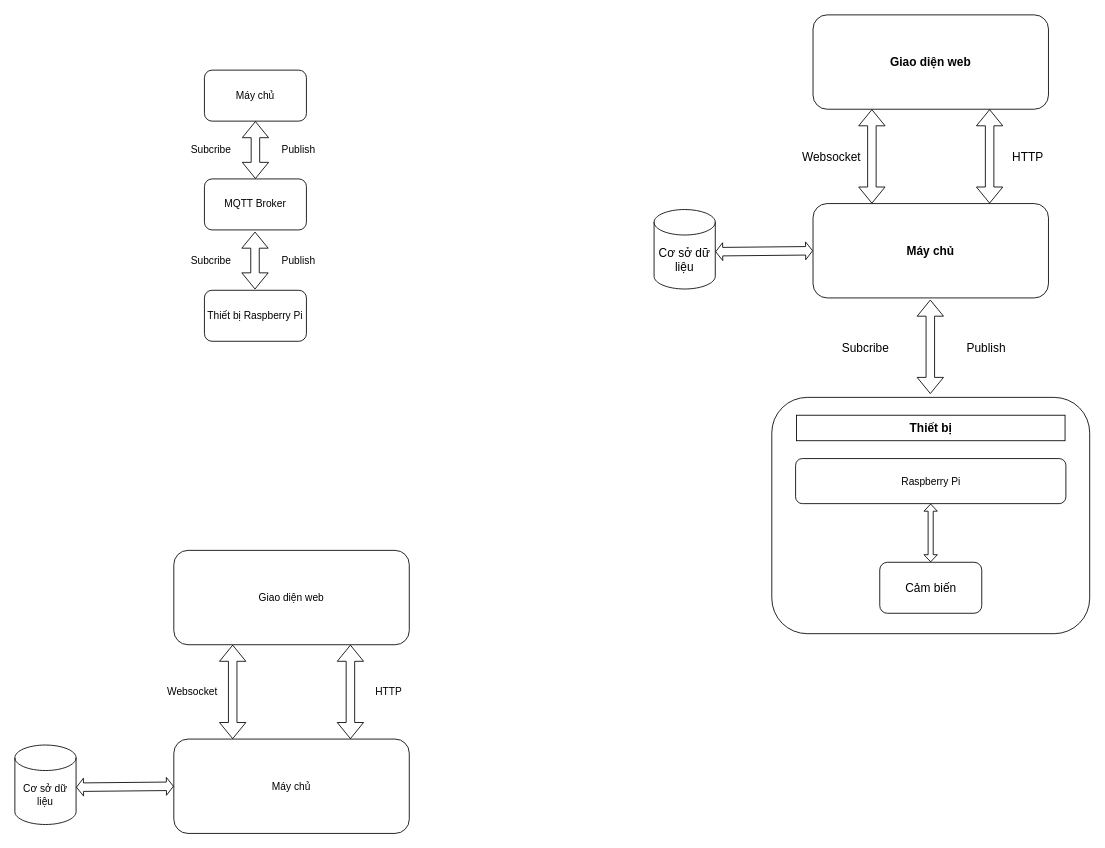
diemzero1/drawio keeps this draw.io diagram as Biểu đồ không có tiêu đề.drawio. Above is the earlier version. Source tidied: cells renumbered, new cells numbered last; positions are measured from the earlier drawing's top-left corner, leaving out a move shared by most shapes. Both pictures are drawn from the tidied source at 85%, with x=0, y=0 at pixel (14, 14).
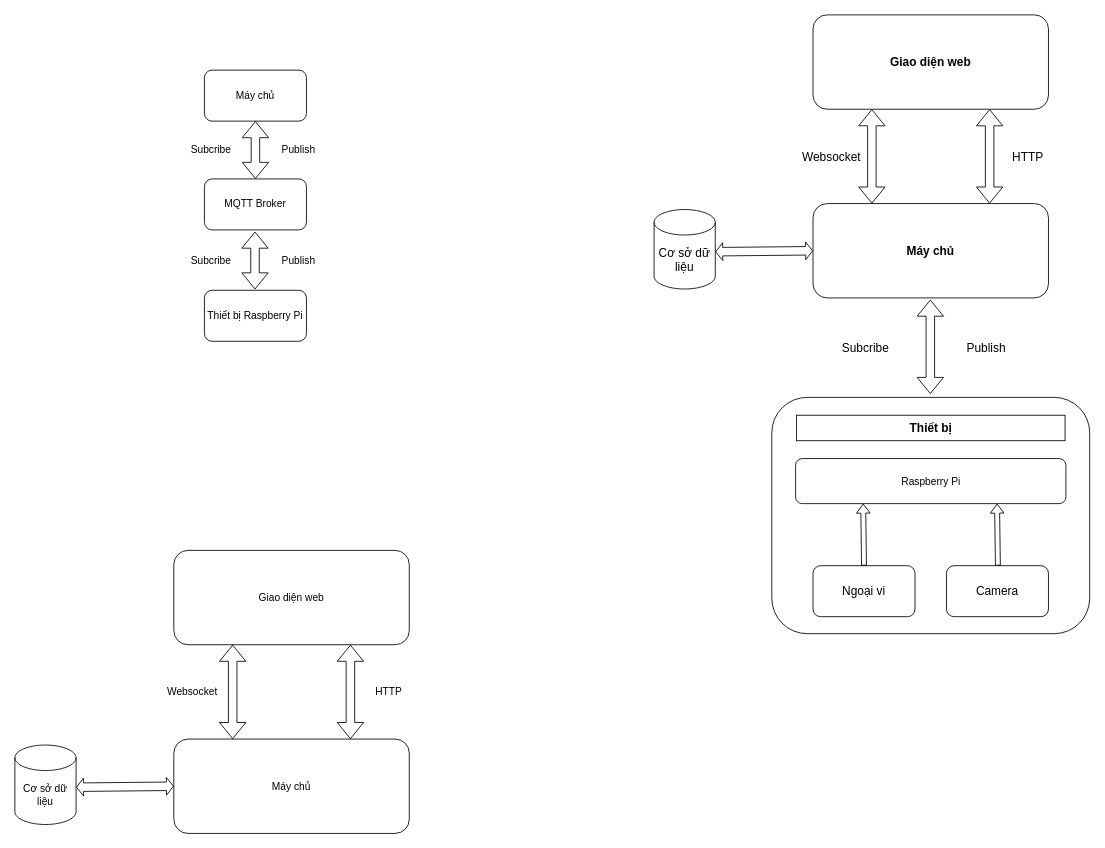
After the change.

Commit message:
Cập nhật 1đồ không có tiêu đề.drawio

The change refers to these unchanged cells:
```xml
<mxCell id="30" value="Raspberry Pi" style="rounded=1;whiteSpace=wrap;html=1;" parent="1" vertex="1">
  <mxGeometry x="918.5" y="522" width="318" height="53" as="geometry" />
</mxCell>
```

Change to the diagram source:
```diff
@@
-    <mxCell id="31" style="shape=flexArrow;endArrow=classic;startArrow=classic;html=1;rounded=0;entryX=0.5;entryY=0;entryDx=0;entryDy=0;exitX=0.5;exitY=1;exitDx=0;exitDy=0;endWidth=8.735632183908047;endSize=2.466666666666667;startWidth=8.735632183908047;startSize=2.466666666666667;width=5.977011494252874;" parent="1" edge="1">
-      <mxGeometry relative="1" as="geometry">
-        <mxPoint x="1077.4" y="575" as="sourcePoint" />
-        <mxPoint x="1077.4" y="644" as="targetPoint" />
-      </mxGeometry>
-    </mxCell>
-    <mxCell id="32" value="&lt;font style=&quot;font-size: 14px;&quot;&gt;Cảm biến&lt;/font&gt;" style="rounded=1;whiteSpace=wrap;html=1;" parent="1" vertex="1">
-      <mxGeometry x="1017.5" y="644" width="120" height="60" as="geometry" />
+    <mxCell id="32" value="&lt;font style=&quot;font-size: 14px;&quot;&gt;Ngoại vi&lt;/font&gt;" style="rounded=1;whiteSpace=wrap;html=1;" parent="1" vertex="1">
+      <mxGeometry x="939" y="648" width="120" height="60" as="geometry" />
     </mxCell>
@@
+    <mxCell id="35" value="&lt;span style=&quot;font-size: 14px;&quot;&gt;Camera&lt;/span&gt;" style="rounded=1;whiteSpace=wrap;html=1;" parent="1" vertex="1">
+      <mxGeometry x="1096" y="648" width="120" height="60" as="geometry" />
+    </mxCell>
+    <mxCell id="36" style="shape=flexArrow;endArrow=classic;html=1;rounded=0;endWidth=9.275147928994084;endSize=3.219230769230769;width=5.769230769230769;entryX=0.25;entryY=1;entryDx=0;entryDy=0;exitX=0.5;exitY=0;exitDx=0;exitDy=0;" parent="1" edge="1" source="32" target="30">
+      <mxGeometry relative="1" as="geometry" />
+    </mxCell>
+    <mxCell id="37" style="shape=flexArrow;endArrow=classic;html=1;rounded=0;endWidth=9.275147928994084;endSize=3.219230769230769;width=5.769230769230769;entryX=0.25;entryY=1;entryDx=0;entryDy=0;exitX=0.5;exitY=0;exitDx=0;exitDy=0;" parent="1" edge="1">
+      <mxGeometry relative="1" as="geometry">
+        <mxPoint x="1156.5" y="648" as="sourcePoint" />
+        <mxPoint x="1155.5" y="575" as="targetPoint" />
+      </mxGeometry>
+    </mxCell>
```
